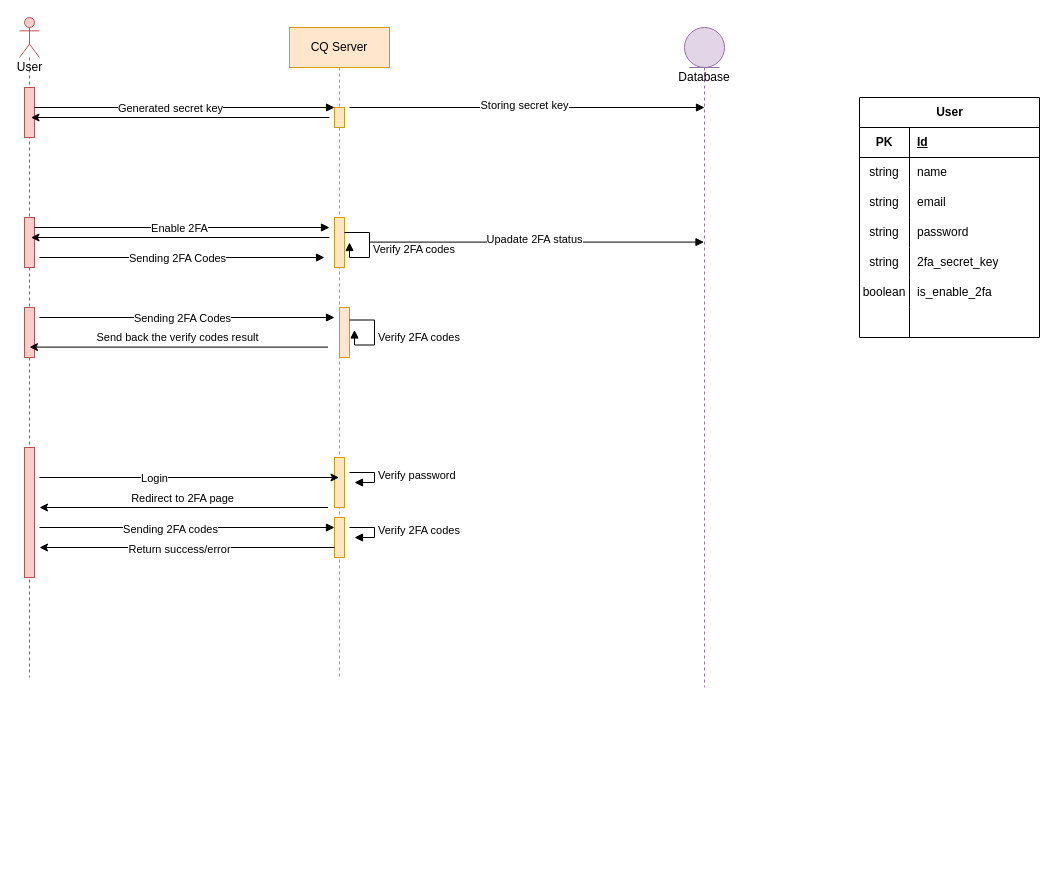
Before: Untitled Diagram.drawio in shine8888/awsome-chat, a draw.io diagram. Source tidied: cells renumbered, new cells numbered last; positions are measured from the earlier drawing's top-left corner, leaving out a move shared by most shapes. Both pictures are drawn from the tidied source at 100%, with x=0, y=0 at pixel (19, 17).
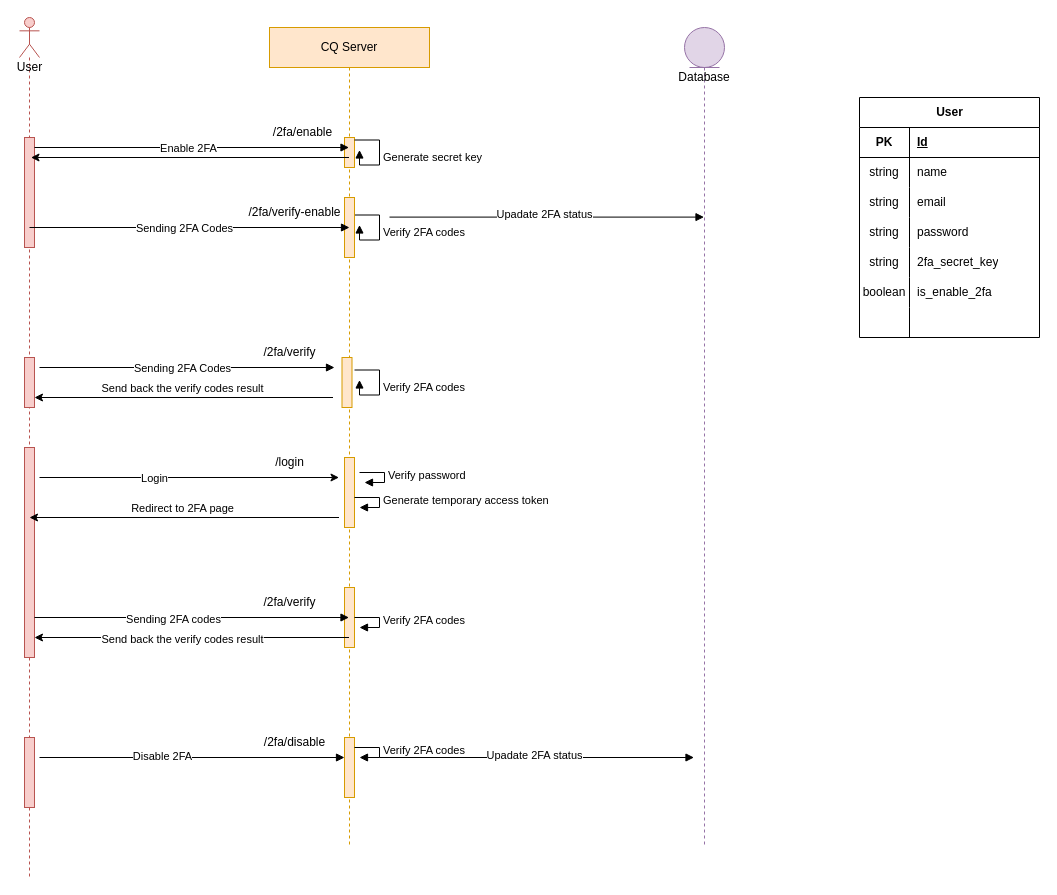
The same diagram, later.

Diff of the diagram source:
```diff
@@
     <mxCell id="2" value="User" style="shape=umlLifeline;participant=umlActor;perimeter=lifelinePerimeter;html=1;verticalAlign=top;spacingTop=36;size=40;fillColor=#f8cecc;strokeColor=#b85450;" parent="1" vertex="1">
-      <mxGeometry width="20" height="660" as="geometry" />
+      <mxGeometry width="20" height="860" as="geometry" />
     </mxCell>
-    <mxCell id="3" style="html=1;points=[];perimeter=orthogonalPerimeter;fillColor=#f8cecc;strokeColor=#b85450;" parent="2" vertex="1">
-      <mxGeometry x="5" y="70" width="10" height="50" as="geometry" />
-    </mxCell>
     <mxCell id="4" style="html=1;perimeter=orthogonalPerimeter;fillColor=#f8cecc;strokeColor=#b85450;" parent="2" vertex="1">
-      <mxGeometry x="5" y="200" width="10" height="50" as="geometry" />
+      <mxGeometry x="5" y="120" width="10" height="110" as="geometry" />
     </mxCell>
     <mxCell id="5" style="html=1;perimeter=orthogonalPerimeter;fillColor=#f8cecc;strokeColor=#b85450;" parent="2" vertex="1">
-      <mxGeometry x="5" y="430" width="10" height="130" as="geometry" />
+      <mxGeometry x="5" y="430" width="10" height="210" as="geometry" />
     </mxCell>
     <mxCell id="6" style="html=1;perimeter=orthogonalPerimeter;fillColor=#f8cecc;strokeColor=#b85450;" parent="2" vertex="1">
-      <mxGeometry x="5" y="290" width="10" height="50" as="geometry" />
+      <mxGeometry x="5" y="340" width="10" height="50" as="geometry" />
     </mxCell>
+    <mxCell id="66" style="html=1;perimeter=orthogonalPerimeter;fillColor=#f8cecc;strokeColor=#b85450;" parent="2" vertex="1">
+      <mxGeometry x="5" y="720" width="10" height="70" as="geometry" />
+    </mxCell>
     <mxCell id="7" value="CQ Server" style="shape=umlLifeline;perimeter=lifelinePerimeter;whiteSpace=wrap;html=1;outlineConnect=0;fillColor=#ffe6cc;strokeColor=#d79b00;" parent="1" vertex="1">
-      <mxGeometry x="270" y="10" width="100" height="650" as="geometry" />
+      <mxGeometry x="250" y="10" width="160" height="820" as="geometry" />
     </mxCell>
-    <mxCell id="8" style="html=1;points=[];perimeter=orthogonalPerimeter;fillColor=#ffe6cc;strokeColor=#d79b00;" parent="7" vertex="1">
-      <mxGeometry x="45" y="80" width="10" height="20" as="geometry" />
-    </mxCell>
     <mxCell id="9" style="html=1;perimeter=orthogonalPerimeter;fillColor=#ffe6cc;strokeColor=#d79b00;" parent="7" vertex="1">
-      <mxGeometry x="45" y="190" width="10" height="50" as="geometry" />
+      <mxGeometry x="75" y="110" width="10" height="30" as="geometry" />
     </mxCell>
     <mxCell id="10" style="html=1;perimeter=orthogonalPerimeter;fillColor=#ffe6cc;strokeColor=#d79b00;" parent="7" vertex="1">
-      <mxGeometry x="45" y="430" width="10" height="50" as="geometry" />
+      <mxGeometry x="75" y="430" width="10" height="70" as="geometry" />
     </mxCell>
     <mxCell id="11" value="Verify 2FA codes" style="edgeStyle=orthogonalEdgeStyle;html=1;align=left;spacingLeft=2;endArrow=block;rounded=0;entryX=1;entryY=0;" parent="7" edge="1">
       <mxGeometry x="-0.01" relative="1" as="geometry">
-        <mxPoint x="55" y="205" as="sourcePoint" />
-        <mxPoint x="60" y="215" as="targetPoint" />
+        <mxPoint x="85" y="187.5" as="sourcePoint" />
+        <mxPoint x="90" y="197.5" as="targetPoint" />
         <Array as="points">
-          <mxPoint x="80" y="205" />
-          <mxPoint x="80" y="230" />
-          <mxPoint x="60" y="230" />
+          <mxPoint x="110" y="187.5" />
+          <mxPoint x="110" y="212.5" />
+          <mxPoint x="90" y="212.5" />
         </Array>
       </mxGeometry>
     </mxCell>
     <mxCell id="12" style="html=1;perimeter=orthogonalPerimeter;fillColor=#ffe6cc;strokeColor=#d79b00;" parent="7" vertex="1">
-      <mxGeometry x="45" y="490" width="10" height="40" as="geometry" />
+      <mxGeometry x="75" y="560" width="10" height="60" as="geometry" />
     </mxCell>
-    <mxCell id="13" style="endArrow=classic;html=1;rounded=0;" parent="7" edge="1">
-      <mxGeometry relative="1" as="geometry">
-        <mxPoint x="45" y="520" as="sourcePoint" />
-        <mxPoint x="-250" y="520" as="targetPoint" />
-      </mxGeometry>
-    </mxCell>
-    <mxCell id="14" value="Return success/error" style="edgeLabel;html=1;align=center;verticalAlign=middle;" parent="13" vertex="1">
-      <mxGeometry x="0.06" y="1" relative="1" as="geometry" />
-    </mxCell>
     <mxCell id="15" style="html=1;perimeter=orthogonalPerimeter;fillColor=#ffe6cc;strokeColor=#d79b00;" parent="7" vertex="1">
-      <mxGeometry x="50" y="280" width="10" height="50" as="geometry" />
+      <mxGeometry x="72.5" y="330" width="10" height="50" as="geometry" />
     </mxCell>
     <mxCell id="16" value="Verify 2FA codes" style="edgeStyle=orthogonalEdgeStyle;html=1;align=left;spacingLeft=2;endArrow=block;rounded=0;entryX=1;entryY=0;" parent="7" edge="1">
       <mxGeometry x="-0.01" relative="1" as="geometry">
-        <mxPoint x="60" y="292.5" as="sourcePoint" />
-        <mxPoint x="65" y="302.5" as="targetPoint" />
+        <mxPoint x="85" y="342.5" as="sourcePoint" />
+        <mxPoint x="90" y="352.5" as="targetPoint" />
         <Array as="points">
-          <mxPoint x="85" y="292.5" />
-          <mxPoint x="85" y="317.5" />
-          <mxPoint x="65" y="317.5" />
+          <mxPoint x="110" y="342.5" />
+          <mxPoint x="110" y="367.5" />
+          <mxPoint x="90" y="367.5" />
         </Array>
       </mxGeometry>
     </mxCell>
-    <mxCell id="17" style="html=1;verticalAlign=bottom;endArrow=block;entryX=0;entryY=0;rounded=0;" parent="1" edge="1" source="3" target="8">
-      <mxGeometry relative="1" as="geometry" />
-    </mxCell>
+    <mxCell id="67" value="/2fa/enable" style="text;html=1;align=center;verticalAlign=middle;strokeColor=none;fillColor=none;" parent="7" vertex="1">
+      <mxGeometry x="-7.5" y="90" width="80" height="30" as="geometry" />
+    </mxCell>
+    <mxCell id="68" value="Generate secret key" style="edgeStyle=orthogonalEdgeStyle;html=1;align=left;spacingLeft=2;endArrow=block;rounded=0;entryX=1;entryY=0;" parent="7" edge="1">
+      <mxGeometry x="-0.01" relative="1" as="geometry">
+        <mxPoint x="85" y="112.5" as="sourcePoint" />
+        <mxPoint x="90" y="122.5" as="targetPoint" />
+        <Array as="points">
+          <mxPoint x="110" y="112.5" />
+          <mxPoint x="110" y="137.5" />
+          <mxPoint x="90" y="137.5" />
+        </Array>
+      </mxGeometry>
+    </mxCell>
+    <mxCell id="69" style="html=1;perimeter=orthogonalPerimeter;fillColor=#ffe6cc;strokeColor=#d79b00;" parent="7" vertex="1">
+      <mxGeometry x="75" y="170" width="10" height="60" as="geometry" />
+    </mxCell>
+    <mxCell id="70" value="/2fa/verify-enable" style="text;html=1;align=center;verticalAlign=middle;strokeColor=none;fillColor=none;" parent="7" vertex="1">
+      <mxGeometry x="-35" y="170" width="120" height="30" as="geometry" />
+    </mxCell>
+    <mxCell id="30" value="Verify password" style="edgeStyle=orthogonalEdgeStyle;html=1;align=left;spacingLeft=2;endArrow=block;rounded=0;entryX=1;entryY=0;" parent="7" edge="1">
+      <mxGeometry relative="1" as="geometry">
+        <mxPoint x="90" y="445" as="sourcePoint" />
+        <mxPoint x="95" y="455" as="targetPoint" />
+        <Array as="points">
+          <mxPoint x="115" y="445" />
+          <mxPoint x="115" y="455" />
+        </Array>
+      </mxGeometry>
+    </mxCell>
+    <mxCell id="35" value="Verify 2FA codes" style="edgeStyle=orthogonalEdgeStyle;html=1;align=left;spacingLeft=2;endArrow=block;rounded=0;entryX=1;entryY=0;" parent="7" edge="1">
+      <mxGeometry relative="1" as="geometry">
+        <mxPoint x="85" y="590" as="sourcePoint" />
+        <mxPoint x="90" y="600" as="targetPoint" />
+        <Array as="points">
+          <mxPoint x="110" y="590" />
+          <mxPoint x="110" y="600" />
+        </Array>
+      </mxGeometry>
+    </mxCell>
+    <mxCell id="71" value="/2fa/verify" style="text;html=1;align=center;verticalAlign=middle;strokeColor=none;fillColor=none;" parent="7" vertex="1">
+      <mxGeometry x="-20" y="310" width="80" height="30" as="geometry" />
+    </mxCell>
+    <mxCell id="72" value="Generate temporary access token" style="edgeStyle=orthogonalEdgeStyle;html=1;align=left;spacingLeft=2;endArrow=block;rounded=0;entryX=1;entryY=0;" parent="7" edge="1">
+      <mxGeometry relative="1" as="geometry">
+        <mxPoint x="85" y="470" as="sourcePoint" />
+        <mxPoint x="90" y="480" as="targetPoint" />
+        <Array as="points">
+          <mxPoint x="110" y="470" />
+          <mxPoint x="110" y="480" />
+        </Array>
+      </mxGeometry>
+    </mxCell>
+    <mxCell id="73" value="/login" style="text;html=1;align=center;verticalAlign=middle;strokeColor=none;fillColor=none;" parent="7" vertex="1">
+      <mxGeometry x="-5" y="420" width="50" height="30" as="geometry" />
+    </mxCell>
+    <mxCell id="74" value="/2fa/verify" style="text;html=1;align=center;verticalAlign=middle;strokeColor=none;fillColor=none;" parent="7" vertex="1">
+      <mxGeometry x="-20" y="560" width="80" height="30" as="geometry" />
+    </mxCell>
+    <mxCell id="75" style="html=1;perimeter=orthogonalPerimeter;fillColor=#ffe6cc;strokeColor=#d79b00;" parent="7" vertex="1">
+      <mxGeometry x="75" y="710" width="10" height="60" as="geometry" />
+    </mxCell>
+    <mxCell id="76" value="/2fa/disable" style="text;html=1;align=center;verticalAlign=middle;strokeColor=none;fillColor=none;" parent="7" vertex="1">
+      <mxGeometry x="-15" y="700" width="80" height="30" as="geometry" />
+    </mxCell>
+    <mxCell id="77" value="Verify 2FA codes" style="edgeStyle=orthogonalEdgeStyle;html=1;align=left;spacingLeft=2;endArrow=block;rounded=0;entryX=1;entryY=0;" parent="7" edge="1">
+      <mxGeometry relative="1" as="geometry">
+        <mxPoint x="85" y="720" as="sourcePoint" />
+        <mxPoint x="90" y="730" as="targetPoint" />
+        <Array as="points">
+          <mxPoint x="110" y="720" />
+          <mxPoint x="110" y="730" />
+        </Array>
+      </mxGeometry>
+    </mxCell>
     <mxCell id="18" value="Database" style="shape=umlLifeline;participant=umlEntity;perimeter=lifelinePerimeter;whiteSpace=wrap;html=1;verticalAlign=top;spacingTop=36;outlineConnect=0;fillColor=#e1d5e7;strokeColor=#9673a6;" parent="1" vertex="1">
-      <mxGeometry x="665" y="10" width="40" height="660" as="geometry" />
+      <mxGeometry x="665" y="10" width="40" height="820" as="geometry" />
     </mxCell>
-    <mxCell id="19" style="endArrow=classic;html=1;rounded=0;entryX=1.1;entryY=0.117;entryDx=0;entryDy=0;entryPerimeter=0;" parent="1" edge="1">
-      <mxGeometry relative="1" as="geometry">
-        <mxPoint x="310" y="100" as="sourcePoint" />
-        <mxPoint x="11.5" y="100" as="targetPoint" />
-      </mxGeometry>
-    </mxCell>
-    <mxCell id="20" value="Generated secret key" style="edgeLabel;html=1;align=center;verticalAlign=middle;" parent="19" vertex="1">
-      <mxGeometry x="0.02" y="1" relative="1" as="geometry">
-        <mxPoint x="-8" y="-11" as="offset" />
-      </mxGeometry>
-    </mxCell>
-    <mxCell id="21" style="html=1;verticalAlign=bottom;endArrow=block;rounded=0;" parent="1" edge="1">
-      <mxGeometry relative="1" as="geometry">
-        <mxPoint x="330" y="90" as="sourcePoint" />
-        <mxPoint x="685" y="90" as="targetPoint" />
-      </mxGeometry>
-    </mxCell>
-    <mxCell id="22" value="Storing secret key" style="edgeLabel;html=1;align=center;verticalAlign=middle;" parent="21" vertex="1">
-      <mxGeometry x="-0.02" y="3" relative="1" as="geometry" />
-    </mxCell>
-    <mxCell id="23" style="html=1;verticalAlign=bottom;endArrow=block;rounded=0;" parent="1" edge="1">
+    <mxCell id="23" style="html=1;verticalAlign=bottom;endArrow=block;rounded=0;" parent="1" edge="1" target="7">
       <mxGeometry relative="1" as="geometry">
-        <mxPoint x="15" y="210" as="sourcePoint" />
-        <mxPoint x="310" y="210" as="targetPoint" />
+        <mxPoint x="15" y="130" as="sourcePoint" />
       </mxGeometry>
     </mxCell>
-    <mxCell id="24" style="endArrow=classic;html=1;rounded=0;entryX=1.1;entryY=0.117;entryDx=0;entryDy=0;entryPerimeter=0;" parent="1" edge="1">
+    <mxCell id="24" style="endArrow=classic;html=1;rounded=0;entryX=1.1;entryY=0.117;entryDx=0;entryDy=0;entryPerimeter=0;" parent="1" edge="1" source="7">
       <mxGeometry relative="1" as="geometry">
-        <mxPoint x="310" y="220" as="sourcePoint" />
-        <mxPoint x="11.5" y="220" as="targetPoint" />
+        <mxPoint x="11.5" y="140" as="targetPoint" />
       </mxGeometry>
     </mxCell>
@@
-    <mxCell id="26" style="html=1;verticalAlign=bottom;endArrow=block;rounded=0;" parent="1" edge="1" target="18">
+    <mxCell id="26" style="html=1;verticalAlign=bottom;endArrow=block;rounded=0;" parent="1" edge="1">
       <mxGeometry relative="1" as="geometry">
-        <mxPoint x="350" y="224.6" as="sourcePoint" />
+        <mxPoint x="370" y="199.6" as="sourcePoint" />
+        <mxPoint x="684.5" y="199.6" as="targetPoint" />
       </mxGeometry>
     </mxCell>
@@
-    <mxCell id="30" value="Verify password" style="edgeStyle=orthogonalEdgeStyle;html=1;align=left;spacingLeft=2;endArrow=block;rounded=0;entryX=1;entryY=0;" parent="1" edge="1">
-      <mxGeometry relative="1" as="geometry">
-        <mxPoint x="330" y="455" as="sourcePoint" />
-        <mxPoint x="335" y="465" as="targetPoint" />
-        <Array as="points">
-          <mxPoint x="355" y="455" />
-          <mxPoint x="355" y="465" />
-        </Array>
-      </mxGeometry>
-    </mxCell>
     <mxCell id="31" style="endArrow=classic;html=1;rounded=0;" parent="1" edge="1">
       <mxGeometry relative="1" as="geometry">
-        <mxPoint x="308.5" y="490" as="sourcePoint" />
-        <mxPoint x="20" y="490" as="targetPoint" />
+        <mxPoint x="319.5" y="500" as="sourcePoint" />
+        <mxPoint x="10" y="500" as="targetPoint" />
       </mxGeometry>
     </mxCell>
@@
-    <mxCell id="33" style="html=1;verticalAlign=bottom;endArrow=block;rounded=0;" parent="1" edge="1">
+    <mxCell id="33" style="html=1;verticalAlign=bottom;endArrow=block;rounded=0;" parent="1" edge="1" target="7">
       <mxGeometry relative="1" as="geometry">
-        <mxPoint x="20" y="510" as="sourcePoint" />
-        <mxPoint x="315" y="510" as="targetPoint" />
+        <mxPoint x="15" y="600" as="sourcePoint" />
       </mxGeometry>
     </mxCell>
@@
-    <mxCell id="35" value="Verify 2FA codes" style="edgeStyle=orthogonalEdgeStyle;html=1;align=left;spacingLeft=2;endArrow=block;rounded=0;entryX=1;entryY=0;" parent="1" edge="1">
-      <mxGeometry relative="1" as="geometry">
-        <mxPoint x="330" y="510" as="sourcePoint" />
-        <mxPoint x="335" y="520" as="targetPoint" />
-        <Array as="points">
-          <mxPoint x="355" y="510" />
-          <mxPoint x="355" y="520" />
-        </Array>
-      </mxGeometry>
-    </mxCell>
@@
     <mxCell id="60" style="html=1;verticalAlign=bottom;endArrow=block;rounded=0;" parent="1" edge="1">
       <mxGeometry relative="1" as="geometry">
-        <mxPoint x="20" y="240" as="sourcePoint" />
-        <mxPoint x="305" y="240" as="targetPoint" />
+        <mxPoint x="10" y="210" as="sourcePoint" />
+        <mxPoint x="330" y="210" as="targetPoint" />
       </mxGeometry>
     </mxCell>
@@
     <mxCell id="62" style="html=1;verticalAlign=bottom;endArrow=block;rounded=0;" parent="1" edge="1">
       <mxGeometry relative="1" as="geometry">
-        <mxPoint x="20" y="300" as="sourcePoint" />
-        <mxPoint x="315" y="300" as="targetPoint" />
+        <mxPoint x="20" y="350" as="sourcePoint" />
+        <mxPoint x="315" y="350" as="targetPoint" />
       </mxGeometry>
     </mxCell>
@@
     <mxCell id="64" style="endArrow=classic;html=1;rounded=0;entryX=1.1;entryY=0.117;entryDx=0;entryDy=0;entryPerimeter=0;" parent="1" edge="1">
       <mxGeometry relative="1" as="geometry">
-        <mxPoint x="308.5" y="329.6" as="sourcePoint" />
-        <mxPoint x="10" y="329.6" as="targetPoint" />
+        <mxPoint x="313.5" y="380" as="sourcePoint" />
+        <mxPoint x="15" y="380" as="targetPoint" />
       </mxGeometry>
     </mxCell>
@@
+    <mxCell id="13" style="endArrow=classic;html=1;rounded=0;" parent="1" edge="1" source="7">
+      <mxGeometry relative="1" as="geometry">
+        <mxPoint x="15" y="620" as="targetPoint" />
+      </mxGeometry>
+    </mxCell>
+    <mxCell id="14" value="Send back the verify codes result" style="edgeLabel;html=1;align=center;verticalAlign=middle;" parent="13" vertex="1">
+      <mxGeometry x="0.06" y="1" relative="1" as="geometry" />
+    </mxCell>
+    <mxCell id="78" style="html=1;verticalAlign=bottom;endArrow=block;rounded=0;" parent="1" edge="1">
+      <mxGeometry relative="1" as="geometry">
+        <mxPoint x="20" y="740" as="sourcePoint" />
+        <mxPoint x="325" y="740" as="targetPoint" />
+      </mxGeometry>
+    </mxCell>
+    <mxCell id="79" value="Disable 2FA" style="edgeLabel;html=1;align=center;verticalAlign=middle;" parent="78" vertex="1">
+      <mxGeometry x="-0.2" y="2" relative="1" as="geometry" />
+    </mxCell>
+    <mxCell id="80" style="html=1;verticalAlign=bottom;endArrow=block;rounded=0;" parent="1" edge="1">
+      <mxGeometry relative="1" as="geometry">
+        <mxPoint x="360" y="740" as="sourcePoint" />
+        <mxPoint x="674.5" y="740" as="targetPoint" />
+      </mxGeometry>
+    </mxCell>
+    <mxCell id="81" value="Upadate 2FA status" style="edgeLabel;html=1;align=center;verticalAlign=middle;" parent="80" vertex="1">
+      <mxGeometry x="-0.02" y="3" relative="1" as="geometry" />
+    </mxCell>
```
